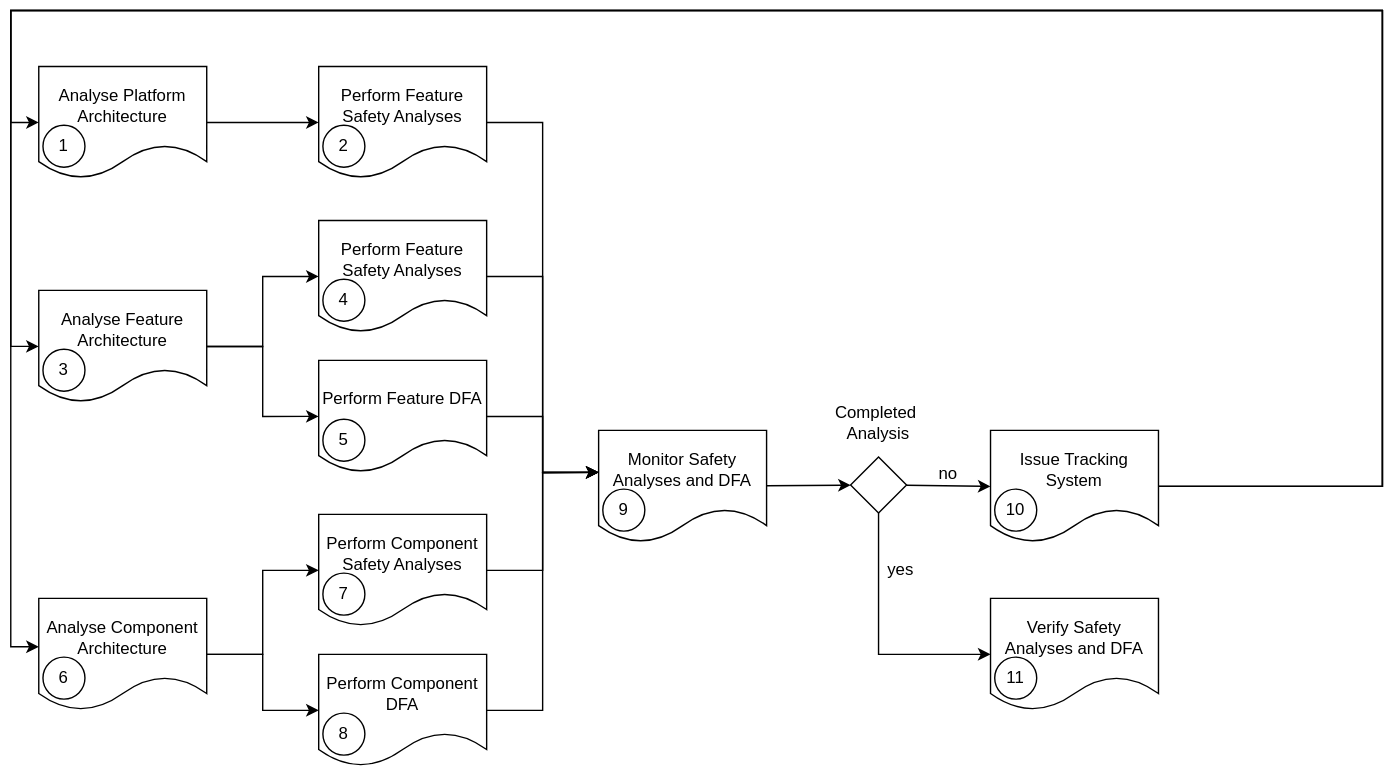
eclipse-score/process_description keeps this draw.io diagram as pr-20/_images/safety_analysis_workflow.drawio.svg. Above is the earlier version. Source tidied: cells renumbered, new cells last; positions are measured from the earlier drawing's top-left corner, leaving out a move shared by most shapes. Its diagram source:
```xml
<mxGraphModel>
  <root>
    <mxCell id="0" />
    <mxCell id="1" parent="0" />
    <mxCell id="2" style="edgeStyle=orthogonalEdgeStyle;rounded=0;jettySize=auto;html=1;entryX=0;entryY=0.5;entryDx=0;entryDy=0;" parent="1" edge="1" source="4" target="13">
      <mxGeometry relative="1" as="geometry" />
    </mxCell>
    <mxCell id="3" style="edgeStyle=orthogonalEdgeStyle;rounded=0;jettySize=auto;html=1;entryX=0;entryY=0.5;entryDx=0;entryDy=0;" parent="1" edge="1" source="4" target="15">
      <mxGeometry relative="1" as="geometry" />
    </mxCell>
    <mxCell id="4" value="Analyse Feature Architecture" style="shape=document;whiteSpace=wrap;html=1;boundedLbl=1;" parent="1" vertex="1">
      <mxGeometry x="20" y="200" width="120" height="80" as="geometry" />
    </mxCell>
    <mxCell id="5" value="3" style="ellipse;whiteSpace=wrap;html=1;" parent="1" vertex="1">
      <mxGeometry x="23" y="242" width="30" height="30" as="geometry" />
    </mxCell>
    <mxCell id="6" style="edgeStyle=orthogonalEdgeStyle;rounded=0;jettySize=auto;html=1;entryX=0;entryY=0.5;entryDx=0;entryDy=0;" parent="1" edge="1" source="8" target="17">
      <mxGeometry relative="1" as="geometry" />
    </mxCell>
    <mxCell id="7" style="edgeStyle=orthogonalEdgeStyle;rounded=0;jettySize=auto;html=1;entryX=0;entryY=0.5;entryDx=0;entryDy=0;" parent="1" edge="1" source="8" target="19">
      <mxGeometry relative="1" as="geometry" />
    </mxCell>
    <mxCell id="8" value="Analyse Component Architecture" style="shape=document;whiteSpace=wrap;html=1;boundedLbl=1;" parent="1" vertex="1">
      <mxGeometry x="20" y="420" width="120" height="80" as="geometry" />
    </mxCell>
    <mxCell id="9" value="6" style="ellipse;whiteSpace=wrap;html=1;" parent="1" vertex="1">
      <mxGeometry x="23" y="462" width="30" height="30" as="geometry" />
    </mxCell>
    <mxCell id="10" style="edgeStyle=none;html=1;" parent="1" edge="1" source="11" target="40">
      <mxGeometry relative="1" as="geometry" />
    </mxCell>
    <mxCell id="11" value="Monitor Safety Analyses and DFA" style="shape=document;whiteSpace=wrap;html=1;boundedLbl=1;" parent="1" vertex="1">
      <mxGeometry x="420" y="300" width="120" height="80" as="geometry" />
    </mxCell>
    <mxCell id="12" value="9" style="ellipse;whiteSpace=wrap;html=1;" parent="1" vertex="1">
      <mxGeometry x="423" y="342" width="30" height="30" as="geometry" />
    </mxCell>
    <mxCell id="13" value="Perform Feature Safety Analyses" style="shape=document;whiteSpace=wrap;html=1;boundedLbl=1;" parent="1" vertex="1">
      <mxGeometry x="220" y="150" width="120" height="80" as="geometry" />
    </mxCell>
    <mxCell id="14" value="4" style="ellipse;whiteSpace=wrap;html=1;" parent="1" vertex="1">
      <mxGeometry x="223" y="192" width="30" height="30" as="geometry" />
    </mxCell>
    <mxCell id="15" value="Perform Feature DFA" style="shape=document;whiteSpace=wrap;html=1;boundedLbl=1;" parent="1" vertex="1">
      <mxGeometry x="220" y="250" width="120" height="80" as="geometry" />
    </mxCell>
    <mxCell id="16" value="5" style="ellipse;whiteSpace=wrap;html=1;" parent="1" vertex="1">
      <mxGeometry x="223" y="292" width="30" height="30" as="geometry" />
    </mxCell>
    <mxCell id="17" value="Perform Component Safety Analyses" style="shape=document;whiteSpace=wrap;html=1;boundedLbl=1;" parent="1" vertex="1">
      <mxGeometry x="220" y="360" width="120" height="80" as="geometry" />
    </mxCell>
    <mxCell id="18" value="7" style="ellipse;whiteSpace=wrap;html=1;" parent="1" vertex="1">
      <mxGeometry x="223" y="402" width="30" height="30" as="geometry" />
    </mxCell>
    <mxCell id="19" value="Perform Component DFA" style="shape=document;whiteSpace=wrap;html=1;boundedLbl=1;" parent="1" vertex="1">
      <mxGeometry x="220" y="460" width="120" height="80" as="geometry" />
    </mxCell>
    <mxCell id="20" value="8" style="ellipse;whiteSpace=wrap;html=1;" parent="1" vertex="1">
      <mxGeometry x="223" y="502" width="30" height="30" as="geometry" />
    </mxCell>
    <mxCell id="21" style="edgeStyle=orthogonalEdgeStyle;rounded=0;jettySize=auto;html=1;" parent="1" edge="1" source="13">
      <mxGeometry relative="1" as="geometry">
        <mxPoint x="420" y="330" as="targetPoint" />
        <Array as="points">
          <mxPoint x="380" y="190" />
          <mxPoint x="380" y="330" />
        </Array>
      </mxGeometry>
    </mxCell>
    <mxCell id="22" style="edgeStyle=orthogonalEdgeStyle;rounded=0;jettySize=auto;html=1;" parent="1" edge="1" source="15">
      <mxGeometry relative="1" as="geometry">
        <mxPoint x="420" y="330" as="targetPoint" />
      </mxGeometry>
    </mxCell>
    <mxCell id="23" style="edgeStyle=orthogonalEdgeStyle;rounded=0;jettySize=auto;html=1;entryX=0;entryY=0.375;entryDx=0;entryDy=0;entryPerimeter=0;" parent="1" edge="1" source="17" target="11">
      <mxGeometry relative="1" as="geometry" />
    </mxCell>
    <mxCell id="24" style="edgeStyle=orthogonalEdgeStyle;rounded=0;jettySize=auto;html=1;" parent="1" edge="1" source="19">
      <mxGeometry relative="1" as="geometry">
        <mxPoint x="420" y="330" as="targetPoint" />
        <Array as="points">
          <mxPoint x="380" y="500" />
          <mxPoint x="380" y="330" />
        </Array>
      </mxGeometry>
    </mxCell>
    <mxCell id="25" style="edgeStyle=none;html=1;entryX=0;entryY=0.5;entryDx=0;entryDy=0;exitX=1;exitY=0.5;exitDx=0;exitDy=0;rounded=0;curved=0;" parent="1" edge="1" source="27" target="4">
      <mxGeometry relative="1" as="geometry">
        <Array as="points">
          <mxPoint x="980" y="340" />
          <mxPoint x="980" y="180" />
          <mxPoint x="980" />
          <mxPoint x="380" />
          <mxPoint />
          <mxPoint y="240" />
        </Array>
      </mxGeometry>
    </mxCell>
    <mxCell id="26" style="edgeStyle=none;html=1;entryX=0;entryY=0.5;entryDx=0;entryDy=0;exitX=1;exitY=0.5;exitDx=0;exitDy=0;rounded=0;curved=0;" parent="1" edge="1" source="27" target="31">
      <mxGeometry relative="1" as="geometry">
        <Array as="points">
          <mxPoint x="980" y="340" />
          <mxPoint x="980" y="180" />
          <mxPoint x="980" />
          <mxPoint />
          <mxPoint y="80" />
        </Array>
      </mxGeometry>
    </mxCell>
    <mxCell id="27" value="Issue Tracking System" style="shape=document;whiteSpace=wrap;html=1;boundedLbl=1;" parent="1" vertex="1">
      <mxGeometry x="700" y="300" width="120" height="80" as="geometry" />
    </mxCell>
    <mxCell id="28" value="10" style="ellipse;whiteSpace=wrap;html=1;" parent="1" vertex="1">
      <mxGeometry x="703" y="342" width="30" height="30" as="geometry" />
    </mxCell>
    <mxCell id="29" style="edgeStyle=orthogonalEdgeStyle;rounded=0;jettySize=auto;html=1;entryX=0;entryY=0.433;entryDx=0;entryDy=0;entryPerimeter=0;exitX=1;exitY=0.5;exitDx=0;exitDy=0;strokeWidth=1;" parent="1" edge="1" source="27" target="8">
      <mxGeometry relative="1" as="geometry">
        <Array as="points">
          <mxPoint x="980" y="340" />
          <mxPoint x="980" />
          <mxPoint />
          <mxPoint y="455" />
        </Array>
      </mxGeometry>
    </mxCell>
    <mxCell id="30" style="edgeStyle=none;html=1;entryX=0;entryY=0.5;entryDx=0;entryDy=0;" parent="1" edge="1" source="31" target="34">
      <mxGeometry relative="1" as="geometry" />
    </mxCell>
    <mxCell id="31" value="Analyse Platform Architecture" style="shape=document;whiteSpace=wrap;html=1;boundedLbl=1;" parent="1" vertex="1">
      <mxGeometry x="20" y="40" width="120" height="80" as="geometry" />
    </mxCell>
    <mxCell id="32" value="1" style="ellipse;whiteSpace=wrap;html=1;" parent="1" vertex="1">
      <mxGeometry x="23" y="82" width="30" height="30" as="geometry" />
    </mxCell>
    <mxCell id="33" style="edgeStyle=none;html=1;exitX=1;exitY=0.5;exitDx=0;exitDy=0;rounded=0;curved=0;" parent="1" edge="1" source="34">
      <mxGeometry relative="1" as="geometry">
        <mxPoint x="420" y="330" as="targetPoint" />
        <Array as="points">
          <mxPoint x="380" y="80" />
          <mxPoint x="380" y="330" />
        </Array>
      </mxGeometry>
    </mxCell>
    <mxCell id="34" value="Perform Feature Safety Analyses" style="shape=document;whiteSpace=wrap;html=1;boundedLbl=1;" parent="1" vertex="1">
      <mxGeometry x="220" y="40" width="120" height="80" as="geometry" />
    </mxCell>
    <mxCell id="35" value="2" style="ellipse;whiteSpace=wrap;html=1;" parent="1" vertex="1">
      <mxGeometry x="223" y="82" width="30" height="30" as="geometry" />
    </mxCell>
    <mxCell id="36" value="Verify Safety Analyses and DFA" style="shape=document;whiteSpace=wrap;html=1;boundedLbl=1;" parent="1" vertex="1">
      <mxGeometry x="700" y="420" width="120" height="80" as="geometry" />
    </mxCell>
    <mxCell id="37" value="11" style="ellipse;whiteSpace=wrap;html=1;" parent="1" vertex="1">
      <mxGeometry x="703" y="462" width="30" height="30" as="geometry" />
    </mxCell>
    <mxCell id="38" style="edgeStyle=none;html=1;entryX=0;entryY=0.5;entryDx=0;entryDy=0;" parent="1" edge="1" source="40" target="27">
      <mxGeometry relative="1" as="geometry" />
    </mxCell>
    <mxCell id="39" style="edgeStyle=none;html=1;entryX=0;entryY=0.5;entryDx=0;entryDy=0;rounded=0;curved=0;" parent="1" edge="1" source="40" target="36">
      <mxGeometry relative="1" as="geometry">
        <Array as="points">
          <mxPoint x="620" y="460" />
        </Array>
      </mxGeometry>
    </mxCell>
    <mxCell id="40" style="rhombus;whiteSpace=wrap;html=1;" parent="1" vertex="1">
      <mxGeometry x="600" y="319" width="40" height="40" as="geometry" />
    </mxCell>
    <mxCell id="41" value="no" style="text;html=1;align=center;verticalAlign=middle;whiteSpace=wrap;rounded=0;" parent="1" vertex="1">
      <mxGeometry x="640" y="316" width="60" height="30" as="geometry" />
    </mxCell>
    <mxCell id="42" value="yes" style="text;html=1;align=center;verticalAlign=middle;whiteSpace=wrap;rounded=0;" parent="1" vertex="1">
      <mxGeometry x="606" y="385" width="60" height="30" as="geometry" />
    </mxCell>
    <mxCell id="43" value="Completed&amp;nbsp; Analysis" style="text;html=1;align=center;verticalAlign=middle;whiteSpace=wrap;rounded=0;" parent="1" vertex="1">
      <mxGeometry x="590" y="280" width="60" height="30" as="geometry" />
    </mxCell>
  </root>
</mxGraphModel>
```
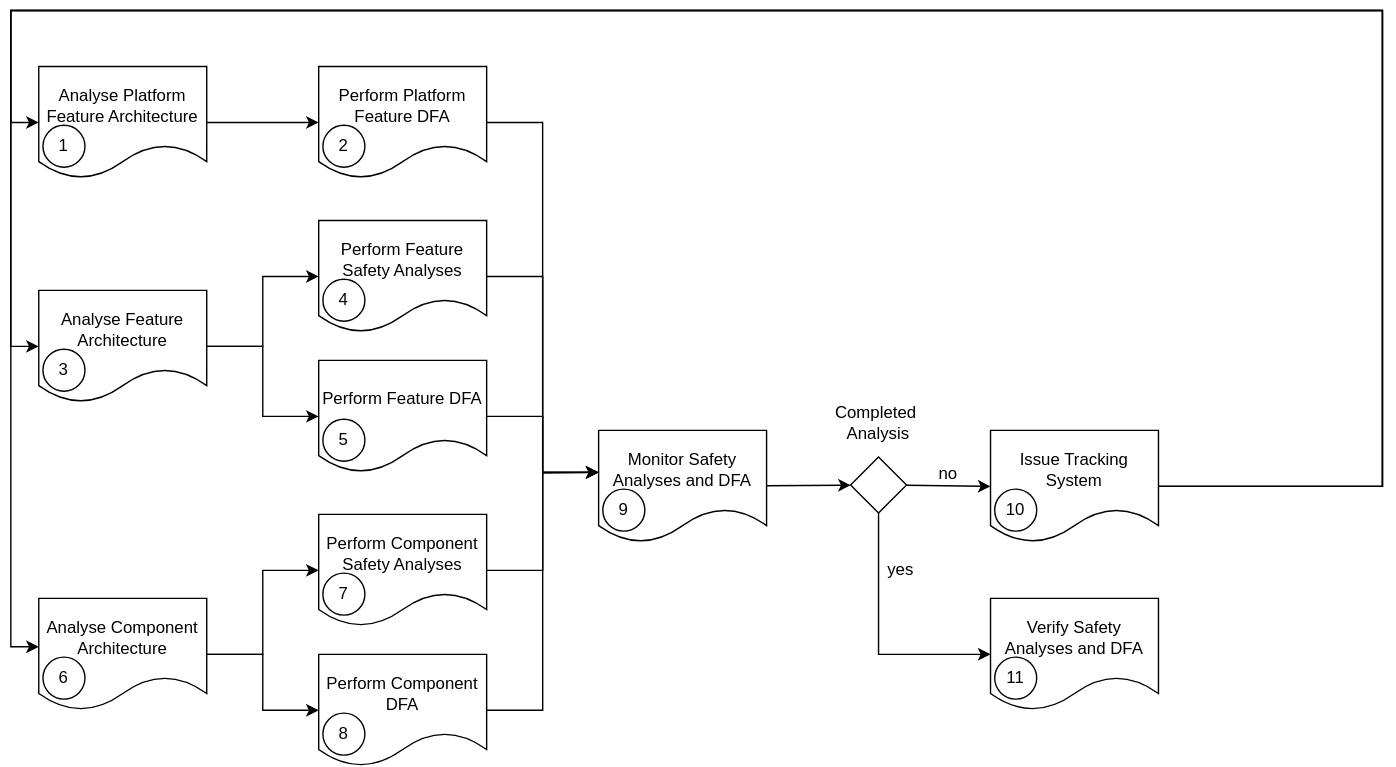
Above is the later version.

What changed in the source:
```diff
@@ -127,7 +127,7 @@
     <mxCell id="30" style="edgeStyle=none;html=1;entryX=0;entryY=0.5;entryDx=0;entryDy=0;" parent="1" edge="1" source="31" target="34">
       <mxGeometry relative="1" as="geometry" />
     </mxCell>
-    <mxCell id="31" value="Analyse Platform Architecture" style="shape=document;whiteSpace=wrap;html=1;boundedLbl=1;" parent="1" vertex="1">
+    <mxCell id="31" value="Analyse Platform Feature Architecture" style="shape=document;whiteSpace=wrap;html=1;boundedLbl=1;" parent="1" vertex="1">
       <mxGeometry x="20" y="40" width="120" height="80" as="geometry" />
     </mxCell>
     <mxCell id="32" value="1" style="ellipse;whiteSpace=wrap;html=1;" parent="1" vertex="1">
@@ -142,7 +142,7 @@
         </Array>
       </mxGeometry>
     </mxCell>
-    <mxCell id="34" value="Perform Feature Safety Analyses" style="shape=document;whiteSpace=wrap;html=1;boundedLbl=1;" parent="1" vertex="1">
+    <mxCell id="34" value="Perform Platform Feature DFA" style="shape=document;whiteSpace=wrap;html=1;boundedLbl=1;" parent="1" vertex="1">
       <mxGeometry x="220" y="40" width="120" height="80" as="geometry" />
     </mxCell>
     <mxCell id="35" value="2" style="ellipse;whiteSpace=wrap;html=1;" parent="1" vertex="1">
```
